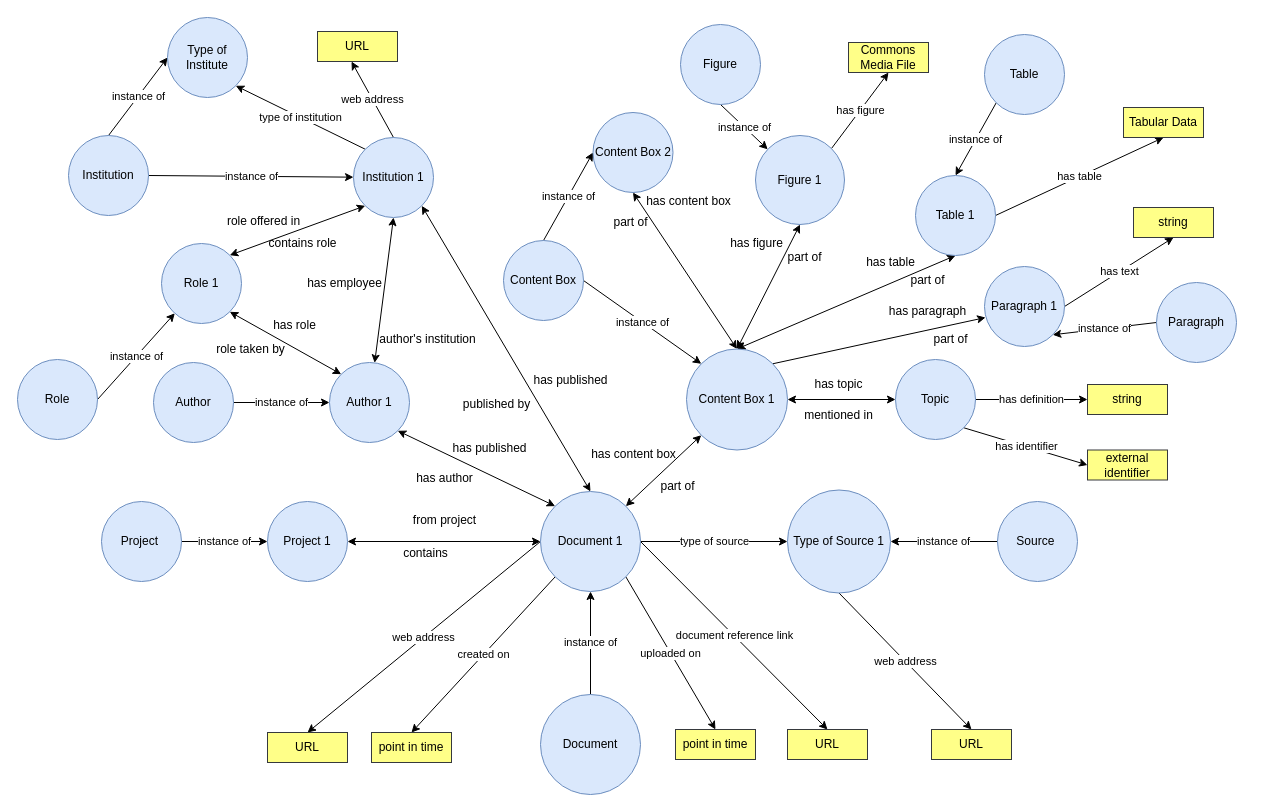
Before: data/notes/WI-IAT2022-Ontology.drawio in argahsuknesib/DisabilityWikibase-DocumentMetaData, a draw.io diagram. Source tidied: cells renumbered, new cells numbered last; positions are measured from the earlier drawing's top-left corner, leaving out a move shared by most shapes. Both pictures are drawn from the tidied source at 100%, with x=0, y=0 at pixel (17, 17).
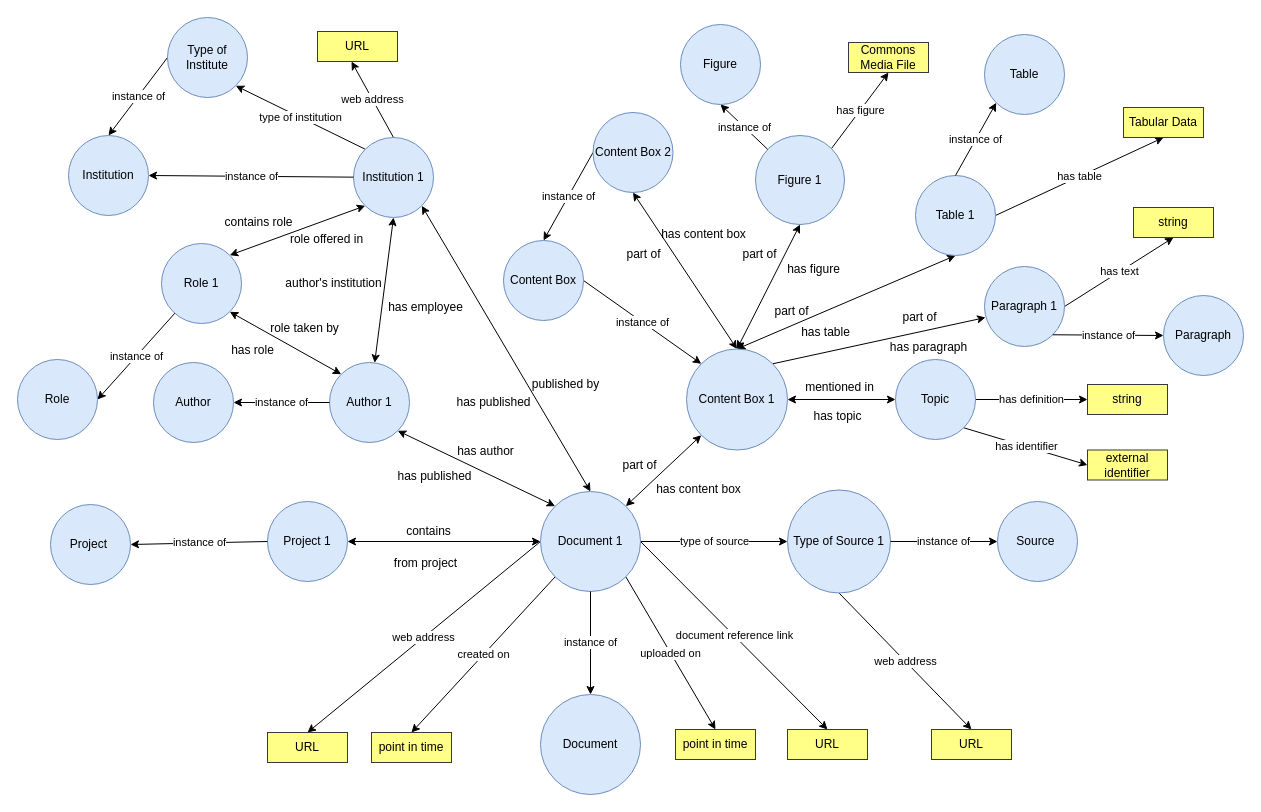
After the change.

The change refers to these unchanged cells:
```xml
<mxCell id="10" value="Document 1" style="ellipse;whiteSpace=wrap;html=1;fillColor=#dae8fc;strokeColor=#6c8ebf;" parent="1" vertex="1">
  <mxGeometry x="523" y="474" width="100" height="100" as="geometry" />
</mxCell>
<mxCell id="12" value="Document" style="ellipse;whiteSpace=wrap;html=1;fillColor=#dae8fc;strokeColor=#6c8ebf;" parent="1" vertex="1">
  <mxGeometry x="523" y="677" width="100" height="100" as="geometry" />
</mxCell>
<mxCell id="17" value="Project 1" style="ellipse;whiteSpace=wrap;html=1;fillColor=#dae8fc;strokeColor=#6c8ebf;" parent="1" vertex="1">
  <mxGeometry x="250" y="484" width="80" height="80" as="geometry" />
</mxCell>
<mxCell id="23" value="Type of Source 1" style="ellipse;whiteSpace=wrap;html=1;fillColor=#dae8fc;strokeColor=#6c8ebf;" parent="1" vertex="1">
  <mxGeometry x="770" y="472.5" width="103" height="103" as="geometry" />
</mxCell>
<mxCell id="25" value="Source&amp;nbsp;" style="ellipse;whiteSpace=wrap;html=1;fillColor=#dae8fc;strokeColor=#6c8ebf;" parent="1" vertex="1">
  <mxGeometry x="980" y="484" width="80" height="80" as="geometry" />
</mxCell>
<mxCell id="28" value="Author 1" style="ellipse;whiteSpace=wrap;html=1;fillColor=#dae8fc;strokeColor=#6c8ebf;" parent="1" vertex="1">
  <mxGeometry x="312" y="345" width="80" height="80" as="geometry" />
</mxCell>
<mxCell id="32" value="Author" style="ellipse;whiteSpace=wrap;html=1;fillColor=#dae8fc;strokeColor=#6c8ebf;" parent="1" vertex="1">
  <mxGeometry x="136" y="345" width="80" height="80" as="geometry" />
</mxCell>
<mxCell id="38" value="Institution 1" style="ellipse;whiteSpace=wrap;html=1;fillColor=#dae8fc;strokeColor=#6c8ebf;" parent="1" vertex="1">
  <mxGeometry x="336" y="120" width="80" height="80" as="geometry" />
</mxCell>
<mxCell id="41" value="Institution" style="ellipse;whiteSpace=wrap;html=1;fillColor=#dae8fc;strokeColor=#6c8ebf;" parent="1" vertex="1">
  <mxGeometry x="51" y="118" width="80" height="80" as="geometry" />
</mxCell>
<mxCell id="44" value="Role 1" style="ellipse;whiteSpace=wrap;html=1;fillColor=#dae8fc;strokeColor=#6c8ebf;" parent="1" vertex="1">
  <mxGeometry x="144" y="226" width="80" height="80" as="geometry" />
</mxCell>
<mxCell id="49" value="Type of Institute" style="ellipse;whiteSpace=wrap;html=1;fillColor=#dae8fc;strokeColor=#6c8ebf;" parent="1" vertex="1">
  <mxGeometry x="150" width="80" height="80" as="geometry" />
</mxCell>
<mxCell id="52" value="Role" style="ellipse;whiteSpace=wrap;html=1;fillColor=#dae8fc;strokeColor=#6c8ebf;" parent="1" vertex="1">
  <mxGeometry y="342" width="80" height="80" as="geometry" />
</mxCell>
<mxCell id="65" value="Content Box" style="ellipse;whiteSpace=wrap;html=1;fillColor=#dae8fc;strokeColor=#6c8ebf;" parent="1" vertex="1">
  <mxGeometry x="486" y="223" width="80" height="80" as="geometry" />
</mxCell>
<mxCell id="74" value="Paragraph 1" style="ellipse;whiteSpace=wrap;html=1;fillColor=#dae8fc;strokeColor=#6c8ebf;" parent="1" vertex="1">
  <mxGeometry x="967" y="249" width="80" height="80" as="geometry" />
</mxCell>
<mxCell id="76" value="Table 1" style="ellipse;whiteSpace=wrap;html=1;fillColor=#dae8fc;strokeColor=#6c8ebf;" parent="1" vertex="1">
  <mxGeometry x="898" y="158" width="80" height="80" as="geometry" />
</mxCell>
<mxCell id="78" value="Figure 1" style="ellipse;whiteSpace=wrap;html=1;fillColor=#dae8fc;strokeColor=#6c8ebf;" parent="1" vertex="1">
  <mxGeometry x="738" y="118" width="89" height="89" as="geometry" />
</mxCell>
<mxCell id="85" value="Content Box 2" style="ellipse;whiteSpace=wrap;html=1;fillColor=#dae8fc;strokeColor=#6c8ebf;" parent="1" vertex="1">
  <mxGeometry x="575.5" y="95" width="80" height="80" as="geometry" />
</mxCell>
<mxCell id="94" value="Table" style="ellipse;whiteSpace=wrap;html=1;fillColor=#dae8fc;strokeColor=#6c8ebf;" parent="1" vertex="1">
  <mxGeometry x="967" y="17" width="80" height="80" as="geometry" />
</mxCell>
<mxCell id="96" value="Figure" style="ellipse;whiteSpace=wrap;html=1;fillColor=#dae8fc;strokeColor=#6c8ebf;" parent="1" vertex="1">
  <mxGeometry x="663" y="7" width="80" height="80" as="geometry" />
</mxCell>
```

What changed in the source:
```diff
@@
-    <mxCell id="11" value="instance of" style="rounded=0;jettySize=auto;html=1;exitX=0.5;exitY=0;exitDx=0;exitDy=0;" parent="1" edge="1" source="12" target="10">
+    <mxCell id="11" value="instance of" style="rounded=0;jettySize=auto;html=1;exitX=0.5;exitY=0;exitDx=0;exitDy=0;endArrow=none;endFill=0;startArrow=classic;startFill=1;" parent="1" edge="1" source="12" target="10">
       <mxGeometry relative="1" as="geometry" />
     </mxCell>
@@
     <mxCell id="18" value="from project" style="text;html=1;align=center;verticalAlign=middle;strokeColor=none;fillColor=none;" parent="1" vertex="1">
-      <mxGeometry x="390" y="494" width="73" height="18" as="geometry" />
+      <mxGeometry x="371" y="537" width="73" height="18" as="geometry" />
     </mxCell>
     <mxCell id="19" value="contains" style="text;html=1;align=center;verticalAlign=middle;strokeColor=none;fillColor=none;" parent="1" vertex="1">
-      <mxGeometry x="380" y="527" width="55" height="18" as="geometry" />
+      <mxGeometry x="383" y="505" width="55" height="18" as="geometry" />
     </mxCell>
-    <mxCell id="20" value="instance of" style="edgeStyle=none;rounded=0;jettySize=auto;html=1;exitX=1;exitY=0.5;exitDx=0;exitDy=0;entryX=0;entryY=0.5;entryDx=0;entryDy=0;startArrow=none;startFill=0;" parent="1" edge="1" source="21" target="17">
+    <mxCell id="20" value="instance of" style="edgeStyle=none;rounded=0;jettySize=auto;html=1;exitX=1;exitY=0.5;exitDx=0;exitDy=0;entryX=0;entryY=0.5;entryDx=0;entryDy=0;startArrow=classic;startFill=1;endArrow=none;endFill=0;" parent="1" edge="1" source="21" target="17">
       <mxGeometry relative="1" as="geometry" />
     </mxCell>
     <mxCell id="21" value="Project&amp;nbsp;" style="ellipse;whiteSpace=wrap;html=1;fillColor=#dae8fc;strokeColor=#6c8ebf;" parent="1" vertex="1">
-      <mxGeometry x="84" y="484" width="80" height="80" as="geometry" />
+      <mxGeometry x="33" y="487" width="80" height="80" as="geometry" />
     </mxCell>
@@
-    <mxCell id="24" value="instance of" style="edgeStyle=none;rounded=0;jettySize=auto;html=1;exitX=0;exitY=0.5;exitDx=0;exitDy=0;entryX=1;entryY=0.5;entryDx=0;entryDy=0;startArrow=none;startFill=0;" parent="1" edge="1" source="25" target="23">
+    <mxCell id="24" value="instance of" style="edgeStyle=none;rounded=0;jettySize=auto;html=1;exitX=0;exitY=0.5;exitDx=0;exitDy=0;entryX=1;entryY=0.5;entryDx=0;entryDy=0;startArrow=classic;startFill=1;endArrow=none;endFill=0;" parent="1" edge="1" source="25" target="23">
       <mxGeometry relative="1" as="geometry" />
     </mxCell>
@@
     <mxCell id="29" value="has published" style="text;html=1;align=center;verticalAlign=middle;strokeColor=none;fillColor=none;" parent="1" vertex="1">
-      <mxGeometry x="430" y="422" width="84" height="18" as="geometry" />
+      <mxGeometry x="375" y="450" width="84" height="18" as="geometry" />
     </mxCell>
     <mxCell id="30" value="has author" style="text;html=1;align=center;verticalAlign=middle;strokeColor=none;fillColor=none;" parent="1" vertex="1">
-      <mxGeometry x="393" y="452" width="67" height="18" as="geometry" />
+      <mxGeometry x="434" y="425" width="67" height="18" as="geometry" />
     </mxCell>
-    <mxCell id="31" value="instance of" style="edgeStyle=none;rounded=0;jettySize=auto;html=1;exitX=1;exitY=0.5;exitDx=0;exitDy=0;startArrow=none;startFill=0;" parent="1" edge="1" source="32" target="28">
+    <mxCell id="31" value="instance of" style="edgeStyle=none;rounded=0;jettySize=auto;html=1;exitX=1;exitY=0.5;exitDx=0;exitDy=0;startArrow=classic;startFill=1;endArrow=none;endFill=0;" parent="1" edge="1" source="32" target="28">
       <mxGeometry relative="1" as="geometry" />
     </mxCell>
@@
-    <mxCell id="37" style="edgeStyle=none;rounded=0;jettySize=auto;html=1;exitX=0.5;exitY=1;exitDx=0;exitDy=0;startArrow=classic;startFill=1;" parent="1" edge="1" source="38" target="28">
+    <mxCell id="37" style="rounded=0;jettySize=auto;html=1;exitX=0.5;exitY=1;exitDx=0;exitDy=0;startArrow=classic;startFill=1;" parent="1" edge="1" source="38" target="28">
       <mxGeometry relative="1" as="geometry" />
     </mxCell>
@@
-    <mxCell id="39" value="instance of" style="edgeStyle=none;rounded=0;jettySize=auto;html=1;exitX=1;exitY=0.5;exitDx=0;exitDy=0;startArrow=none;startFill=0;" parent="1" edge="1" source="41" target="38">
+    <mxCell id="39" value="instance of" style="edgeStyle=none;rounded=0;jettySize=auto;html=1;exitX=1;exitY=0.5;exitDx=0;exitDy=0;startArrow=classic;startFill=1;endArrow=none;endFill=0;" parent="1" edge="1" source="41" target="38">
       <mxGeometry relative="1" as="geometry" />
     </mxCell>
-    <mxCell id="40" value="instance of" style="edgeStyle=none;rounded=0;jettySize=auto;html=1;exitX=0.5;exitY=0;exitDx=0;exitDy=0;entryX=0;entryY=0.5;entryDx=0;entryDy=0;startArrow=none;startFill=0;" parent="1" edge="1" source="41" target="49">
+    <mxCell id="40" value="instance of" style="edgeStyle=none;rounded=0;jettySize=auto;html=1;exitX=0.5;exitY=0;exitDx=0;exitDy=0;entryX=0;entryY=0.5;entryDx=0;entryDy=0;startArrow=classic;startFill=1;endArrow=none;endFill=0;" parent="1" edge="1" source="41" target="49">
       <mxGeometry relative="1" as="geometry" />
     </mxCell>
@@
     <mxCell id="42" value="has published" style="text;html=1;align=center;verticalAlign=middle;strokeColor=none;fillColor=none;" parent="1" vertex="1">
-      <mxGeometry x="511" y="354" width="84" height="18" as="geometry" />
+      <mxGeometry x="434" y="376" width="84" height="18" as="geometry" />
     </mxCell>
     <mxCell id="43" value="published by" style="text;html=1;align=center;verticalAlign=middle;strokeColor=none;fillColor=none;" parent="1" vertex="1">
-      <mxGeometry x="440" y="378" width="77" height="18" as="geometry" />
+      <mxGeometry x="509" y="358" width="77" height="18" as="geometry" />
     </mxCell>
@@
     <mxCell id="45" value="has role" style="text;html=1;align=center;verticalAlign=middle;strokeColor=none;fillColor=none;" parent="1" vertex="1">
-      <mxGeometry x="250" y="299" width="53" height="18" as="geometry" />
+      <mxGeometry x="208" y="324" width="53" height="18" as="geometry" />
     </mxCell>
-    <mxCell id="46" value="role taken by" style="text;html=1;align=center;verticalAlign=middle;strokeColor=none;fillColor=none;" parent="1" vertex="1">
-      <mxGeometry x="193" y="323" width="79" height="18" as="geometry" />
-    </mxCell>
     <mxCell id="47" value="contains role" style="text;html=1;align=center;verticalAlign=middle;strokeColor=none;fillColor=none;" parent="1" vertex="1">
-      <mxGeometry x="246" y="217" width="78" height="18" as="geometry" />
+      <mxGeometry x="202" y="196" width="78" height="18" as="geometry" />
     </mxCell>
     <mxCell id="48" value="role offered in" style="text;html=1;align=center;verticalAlign=middle;strokeColor=none;fillColor=none;" parent="1" vertex="1">
-      <mxGeometry x="204" y="195" width="83" height="18" as="geometry" />
+      <mxGeometry x="267" y="213" width="83" height="18" as="geometry" />
     </mxCell>
@@
-    <mxCell id="51" value="instance of" style="edgeStyle=none;rounded=0;jettySize=auto;html=1;exitX=1;exitY=0.5;exitDx=0;exitDy=0;startArrow=none;startFill=0;" parent="1" edge="1" source="52" target="44">
+    <mxCell id="51" value="instance of" style="edgeStyle=none;rounded=0;jettySize=auto;html=1;exitX=1;exitY=0.5;exitDx=0;exitDy=0;startArrow=classic;startFill=1;endArrow=none;endFill=0;" parent="1" edge="1" source="52" target="44">
       <mxGeometry relative="1" as="geometry" />
     </mxCell>
@@
     <mxCell id="53" value="has employee" style="text;html=1;align=center;verticalAlign=middle;strokeColor=none;fillColor=none;" parent="1" vertex="1">
-      <mxGeometry x="284" y="257" width="85" height="18" as="geometry" />
+      <mxGeometry x="365" y="281" width="85" height="18" as="geometry" />
     </mxCell>
     <mxCell id="54" value="author's institution" style="text;html=1;align=center;verticalAlign=middle;strokeColor=none;fillColor=none;" parent="1" vertex="1">
-      <mxGeometry x="357" y="313" width="106" height="18" as="geometry" />
+      <mxGeometry x="263" y="257" width="106" height="18" as="geometry" />
     </mxCell>
@@
     <mxCell id="61" value="has content box" style="text;html=1;align=center;verticalAlign=middle;strokeColor=none;fillColor=none;" parent="1" vertex="1">
-      <mxGeometry x="568" y="428" width="95" height="18" as="geometry" />
+      <mxGeometry x="633" y="462.5" width="95" height="18" as="geometry" />
     </mxCell>
     <mxCell id="62" value="part of" style="text;html=1;align=center;verticalAlign=middle;strokeColor=none;fillColor=none;" parent="1" vertex="1">
-      <mxGeometry x="638" y="460" width="44" height="18" as="geometry" />
+      <mxGeometry x="600" y="438.5" width="44" height="18" as="geometry" />
     </mxCell>
@@
-    <mxCell id="64" value="instance of" style="edgeStyle=none;rounded=0;jettySize=auto;html=1;exitX=0.5;exitY=0;exitDx=0;exitDy=0;entryX=0;entryY=0.5;entryDx=0;entryDy=0;startArrow=none;startFill=0;" parent="1" edge="1" source="65" target="85">
+    <mxCell id="64" value="instance of" style="edgeStyle=none;rounded=0;jettySize=auto;html=1;exitX=0.5;exitY=0;exitDx=0;exitDy=0;entryX=0;entryY=0.5;entryDx=0;entryDy=0;startArrow=classic;startFill=1;endArrow=none;endFill=0;" parent="1" edge="1" source="65" target="85">
       <mxGeometry relative="1" as="geometry" />
     </mxCell>
@@
     <mxCell id="69" value="has topic" style="text;html=1;align=center;verticalAlign=middle;strokeColor=none;fillColor=none;" parent="1" vertex="1">
-      <mxGeometry x="792" y="358" width="58" height="18" as="geometry" />
+      <mxGeometry x="791" y="390" width="58" height="18" as="geometry" />
     </mxCell>
     <mxCell id="70" value="mentioned in" style="text;html=1;align=center;verticalAlign=middle;strokeColor=none;fillColor=none;" parent="1" vertex="1">
-      <mxGeometry x="781.5" y="389" width="79" height="18" as="geometry" />
+      <mxGeometry x="782" y="361" width="79" height="18" as="geometry" />
     </mxCell>
@@
     <mxCell id="79" value="has paragraph" style="text;html=1;align=center;verticalAlign=middle;strokeColor=none;fillColor=none;" parent="1" vertex="1">
-      <mxGeometry x="866" y="285" width="87" height="18" as="geometry" />
+      <mxGeometry x="867" y="321" width="87" height="18" as="geometry" />
     </mxCell>
     <mxCell id="80" value="part of" style="text;html=1;align=center;verticalAlign=middle;strokeColor=none;fillColor=none;" parent="1" vertex="1">
-      <mxGeometry x="911" y="313" width="44" height="18" as="geometry" />
+      <mxGeometry x="880" y="291" width="44" height="18" as="geometry" />
     </mxCell>
     <mxCell id="81" value="has table" style="text;html=1;align=center;verticalAlign=middle;strokeColor=none;fillColor=none;" parent="1" vertex="1">
-      <mxGeometry x="843" y="236" width="59" height="18" as="geometry" />
+      <mxGeometry x="778" y="306" width="59" height="18" as="geometry" />
     </mxCell>
     <mxCell id="82" value="part of" style="text;html=1;align=center;verticalAlign=middle;strokeColor=none;fillColor=none;" parent="1" vertex="1">
-      <mxGeometry x="887.5" y="254" width="44" height="18" as="geometry" />
+      <mxGeometry x="752" y="285" width="44" height="18" as="geometry" />
     </mxCell>
     <mxCell id="83" value="has figure" style="text;html=1;align=center;verticalAlign=middle;strokeColor=none;fillColor=none;" parent="1" vertex="1">
-      <mxGeometry x="707" y="217" width="63" height="18" as="geometry" />
+      <mxGeometry x="764" y="243" width="63" height="18" as="geometry" />
     </mxCell>
     <mxCell id="84" value="part of" style="text;html=1;align=center;verticalAlign=middle;strokeColor=none;fillColor=none;" parent="1" vertex="1">
-      <mxGeometry x="765" y="231" width="44" height="18" as="geometry" />
+      <mxGeometry x="720" y="228" width="44" height="18" as="geometry" />
     </mxCell>
@@
     <mxCell id="86" value="has content box" style="text;html=1;align=center;verticalAlign=middle;strokeColor=none;fillColor=none;" parent="1" vertex="1">
-      <mxGeometry x="623" y="175" width="95" height="18" as="geometry" />
+      <mxGeometry x="638" y="208" width="95" height="18" as="geometry" />
     </mxCell>
     <mxCell id="87" value="part of" style="text;html=1;align=center;verticalAlign=middle;strokeColor=none;fillColor=none;" parent="1" vertex="1">
-      <mxGeometry x="591" y="196" width="44" height="18" as="geometry" />
+      <mxGeometry x="604" y="228" width="44" height="18" as="geometry" />
     </mxCell>
@@
-    <mxCell id="91" value="instance of" style="edgeStyle=none;rounded=0;jettySize=auto;html=1;exitX=0;exitY=0.5;exitDx=0;exitDy=0;entryX=1;entryY=1;entryDx=0;entryDy=0;startArrow=none;startFill=0;" parent="1" edge="1" source="92" target="74">
+    <mxCell id="91" value="instance of" style="edgeStyle=none;rounded=0;jettySize=auto;html=1;exitX=0;exitY=0.5;exitDx=0;exitDy=0;entryX=1;entryY=1;entryDx=0;entryDy=0;startArrow=classic;startFill=1;endArrow=none;endFill=0;" parent="1" edge="1" source="92" target="74">
       <mxGeometry relative="1" as="geometry" />
     </mxCell>
     <mxCell id="92" value="Paragraph" style="ellipse;whiteSpace=wrap;html=1;fillColor=#dae8fc;strokeColor=#6c8ebf;" parent="1" vertex="1">
-      <mxGeometry x="1139" y="265" width="80" height="80" as="geometry" />
+      <mxGeometry x="1146" y="278" width="80" height="80" as="geometry" />
     </mxCell>
-    <mxCell id="93" value="instance of" style="edgeStyle=none;rounded=0;jettySize=auto;html=1;exitX=0;exitY=1;exitDx=0;exitDy=0;entryX=0.5;entryY=0;entryDx=0;entryDy=0;startArrow=none;startFill=0;" parent="1" edge="1" source="94" target="76">
+    <mxCell id="93" value="instance of" style="edgeStyle=none;rounded=0;jettySize=auto;html=1;exitX=0;exitY=1;exitDx=0;exitDy=0;entryX=0.5;entryY=0;entryDx=0;entryDy=0;startArrow=classic;startFill=1;endArrow=none;endFill=0;" parent="1" edge="1" source="94" target="76">
       <mxGeometry relative="1" as="geometry" />
     </mxCell>
@@
-    <mxCell id="95" value="instance of" style="edgeStyle=none;rounded=0;jettySize=auto;html=1;exitX=0.5;exitY=1;exitDx=0;exitDy=0;startArrow=none;startFill=0;" parent="1" edge="1" source="96" target="78">
+    <mxCell id="95" value="instance of" style="edgeStyle=none;rounded=0;jettySize=auto;html=1;exitX=0.5;exitY=1;exitDx=0;exitDy=0;startArrow=classic;startFill=1;endArrow=none;endFill=0;" parent="1" edge="1" source="96" target="78">
       <mxGeometry relative="1" as="geometry" />
     </mxCell>
@@
+    <mxCell id="46" value="role taken by" style="text;html=1;align=center;verticalAlign=middle;strokeColor=none;fillColor=none;" parent="1" vertex="1">
+      <mxGeometry x="244" y="298" width="86" height="26" as="geometry" />
+    </mxCell>
```
